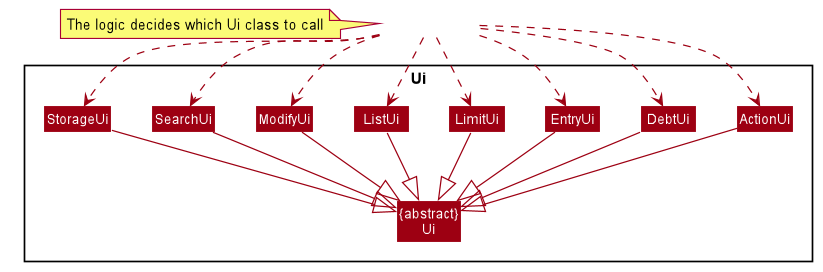
Above: docs/diagrams/UiClassDiagram.png in Weng-Kexin/main (PlantUML), before the change.
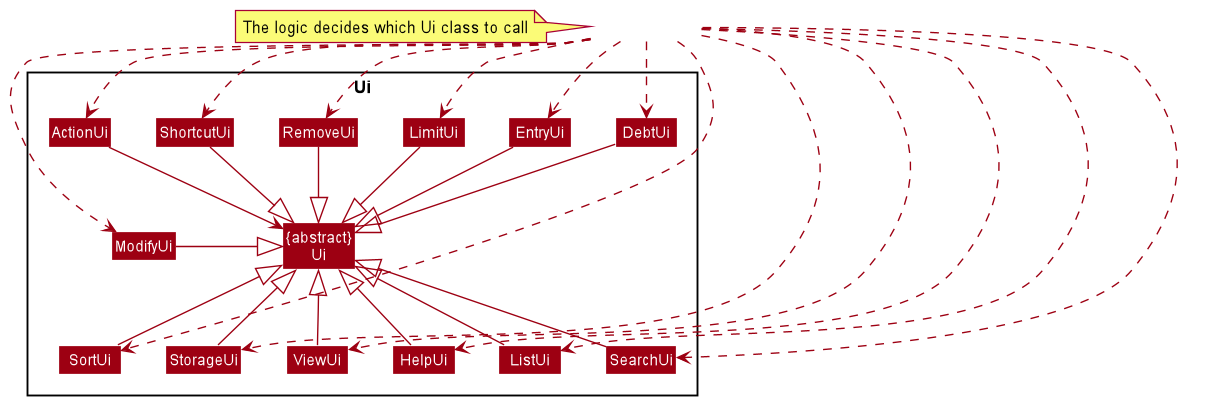
The same file after the commit.

Commit message:
edited Ui class diagram

Change to the diagram source:
```diff
@@ -60,30 +60,45 @@
 Class ActionUi
 Class DebtUi
 Class EntryUi
+Class HelpUi
 Class LimitUi
 Class ListUi
 Class ModifyUi
+Class RemoveUi
 Class SearchUi
+Class ShortcutUi
+Class SortUi
 Class StorageUi
+Class ViewUi
 Class "{abstract}\nUi" as Ui
 
 HiddenOutside ..> ActionUi
 HiddenOutside ..> DebtUi
 HiddenOutside ..> EntryUi
+HiddenOutside ..> HelpUi
 HiddenOutside ..> LimitUi
 HiddenOutside ..> ListUi
 HiddenOutside ..> ModifyUi
+HiddenOutside ..> RemoveUi
 HiddenOutside ..> SearchUi
+HiddenOutside ..> ShortcutUi
+HiddenOutside ..> SortUi
 HiddenOutside ..> StorageUi
+HiddenOutside ..> ViewUi
 
-ActionUi -down-|> Ui
-DebtUi -down-|> Ui
+ActionUi --> Ui
+DebtUi -down-|>Ui
 EntryUi -down-|> Ui
+HelpUi -up-|> Ui
 LimitUi -down-|> Ui
-ListUi -down-|> Ui
-ModifyUi -down-|> Ui
-SearchUi -down-|> Ui
-StorageUi -down-|> Ui
+ListUi -up-|> Ui
+ModifyUi -left-|> Ui
+RemoveUi -down-|> Ui
+SearchUi -up-|> Ui
+ShortcutUi -down-|> Ui
+SortUi -up-|> Ui
+StorageUi -up-|> Ui
+ViewUi -up-|> Ui
 }
 
 @enduml
```
